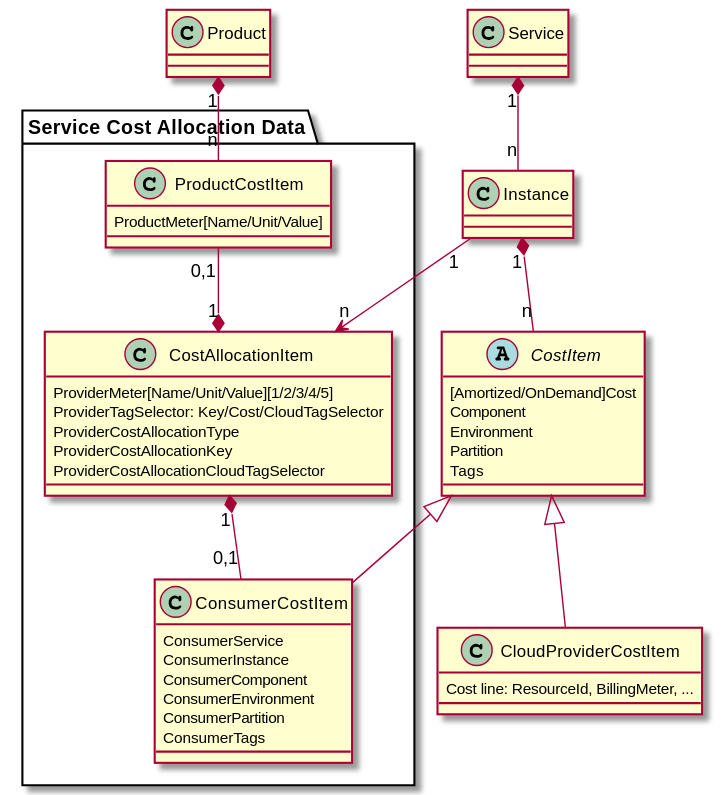
The PlantUML diagram puml/cost-allocation-model.svg in AmadeusITGroup/cloud-cost-allocation, before a commit.
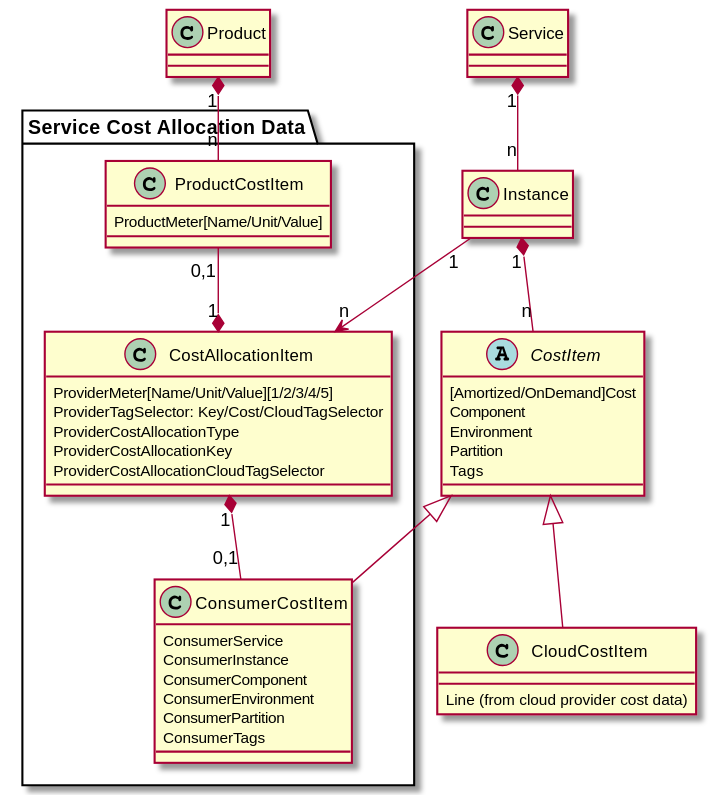
The same file after the commit.

Commit message:
Fixes in the cost allocation model UML

Diff of the diagram source:
```diff
@@ -47,9 +47,9 @@
 ProductCostItem "0,1" -down-* "1" CostAllocationItem
 ProductCostItem "n"-up-* "1" Product
 
-class CloudProviderCostItem {
-Cost line: ResourceId, BillingMeter, ...
+class CloudCostItem {
+Line (from cloud provider cost data)
 }
-CloudProviderCostItem =up=|> CostItem
+CloudCostItem =up=|> CostItem
 
 @enduml
```
